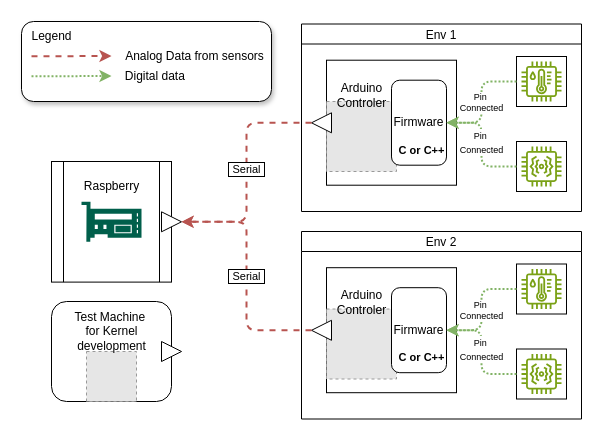
Earlier version of the draw.io diagram Arduino-raspberry.drawio (ArturArtimonte/diagrans). Source tidied: cells renumbered, new cells numbered last; positions are measured from the earlier drawing's top-left corner, leaving out a move shared by most shapes. Both pictures are drawn from the tidied source at 100%, with x=0, y=0 at pixel (21, 21). Pictures stored in the file or linked from it are replaced by grey dashed boxes.
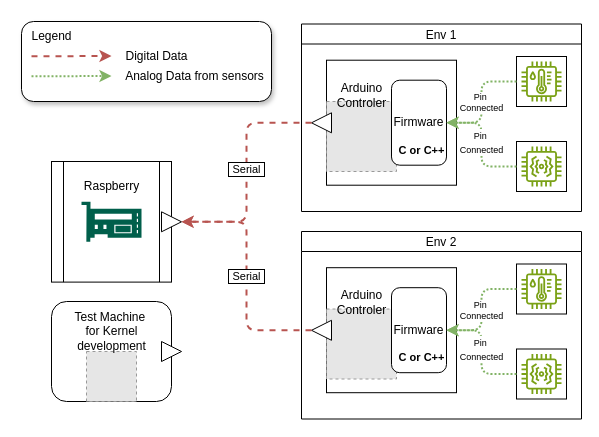
The same page after the edit.

The edit, as a diff of the source:
```diff
@@
-    <mxCell id="41" value="&amp;nbsp; Analog Data from sensors" style="text;html=1;align=center;verticalAlign=middle;strokeColor=none;fillColor=none;" parent="1" vertex="1">
-      <mxGeometry x="85" y="20" width="170" height="30" as="geometry" />
+    <mxCell id="41" value="Digital Data" style="text;html=1;align=center;verticalAlign=middle;strokeColor=none;fillColor=none;" parent="1" vertex="1">
+      <mxGeometry x="90" y="20" width="90" height="30" as="geometry" />
     </mxCell>
-    <mxCell id="42" value="Digital data&amp;nbsp;" style="text;html=1;align=center;verticalAlign=middle;strokeColor=none;fillColor=none;" parent="1" vertex="1">
-      <mxGeometry x="90" y="40" width="90" height="30" as="geometry" />
+    <mxCell id="42" value="&amp;nbsp; Analog Data from sensors" style="text;html=1;align=center;verticalAlign=middle;strokeColor=none;fillColor=none;" parent="1" vertex="1">
+      <mxGeometry x="85" y="40" width="170" height="30" as="geometry" />
     </mxCell>
```
